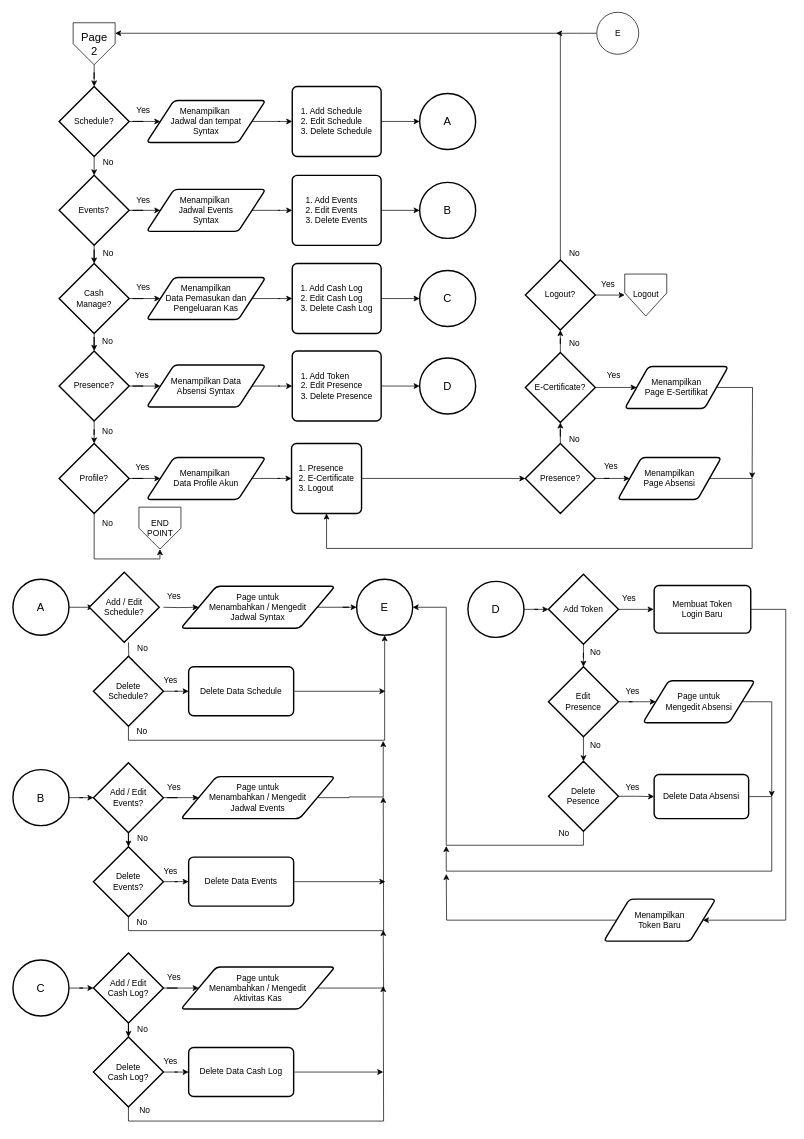
dapzz-id/DrawIO keeps this draw.io diagram as PG2.drawio. Above is the earlier version. Source tidied: cells renumbered, new cells numbered last; positions are measured from the earlier drawing's top-left corner, leaving out a move shared by most shapes. Both pictures are drawn from the tidied source at 70%, with x=0, y=0 at pixel (13, 12).
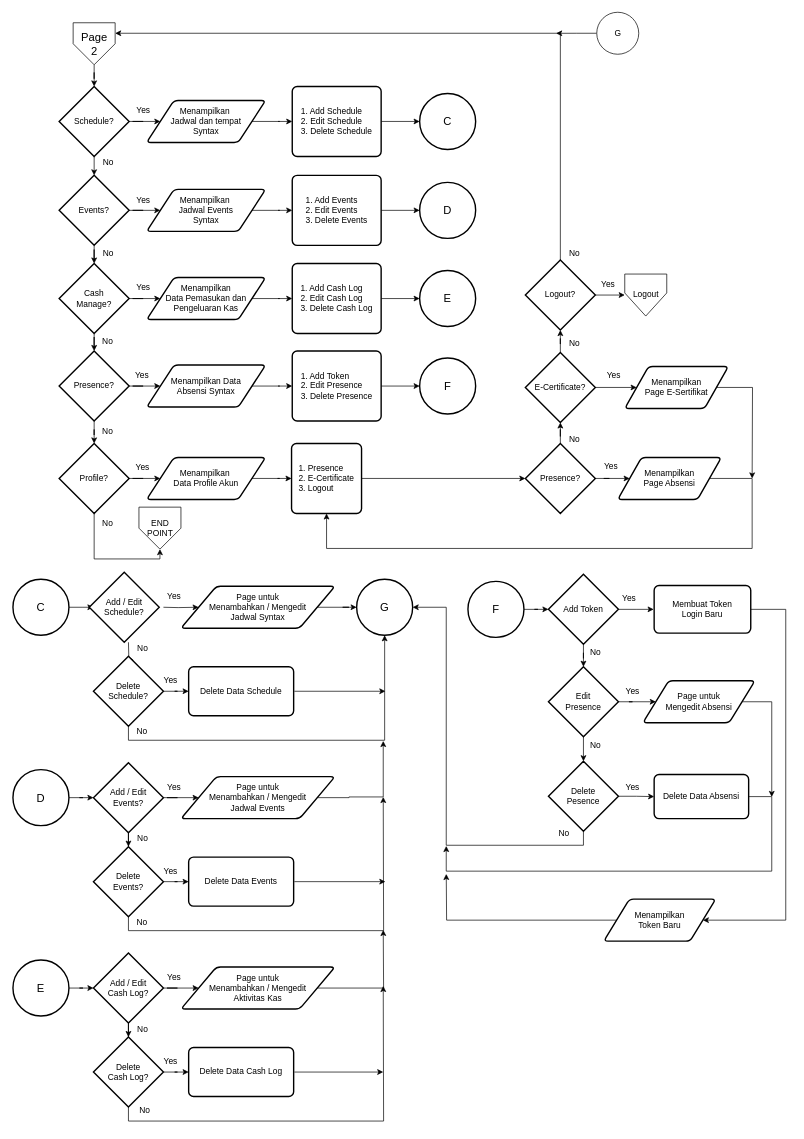
The same diagram, later.

The edit, as a diff of the source:
```diff
@@
-    <mxCell id="58" value="&lt;font style=&quot;font-size: 16px;&quot;&gt;A&lt;/font&gt;" style="ellipse;whiteSpace=wrap;html=1;rounded=1;arcSize=14;strokeWidth=2;" parent="1" vertex="1">
+    <mxCell id="58" value="&lt;font style=&quot;font-size: 16px;&quot;&gt;C&lt;/font&gt;" style="ellipse;whiteSpace=wrap;html=1;rounded=1;arcSize=14;strokeWidth=2;" parent="1" vertex="1">
       <mxGeometry x="581" y="116" width="80" height="80" as="geometry" />
     </mxCell>
-    <mxCell id="59" value="&lt;font style=&quot;font-size: 16px;&quot;&gt;B&lt;/font&gt;" style="ellipse;whiteSpace=wrap;html=1;rounded=1;arcSize=14;strokeWidth=2;" parent="1" vertex="1">
+    <mxCell id="59" value="&lt;span style=&quot;font-size: 16px;&quot;&gt;D&lt;/span&gt;" style="ellipse;whiteSpace=wrap;html=1;rounded=1;arcSize=14;strokeWidth=2;" parent="1" vertex="1">
       <mxGeometry x="581" y="243" width="80" height="80" as="geometry" />
     </mxCell>
-    <mxCell id="60" value="&lt;font style=&quot;font-size: 16px;&quot;&gt;C&lt;/font&gt;" style="ellipse;whiteSpace=wrap;html=1;rounded=1;arcSize=14;strokeWidth=2;" parent="1" vertex="1">
+    <mxCell id="60" value="&lt;font style=&quot;font-size: 16px;&quot;&gt;E&lt;/font&gt;" style="ellipse;whiteSpace=wrap;html=1;rounded=1;arcSize=14;strokeWidth=2;" parent="1" vertex="1">
       <mxGeometry x="581" y="369" width="80" height="80" as="geometry" />
     </mxCell>
-    <mxCell id="61" value="&lt;span style=&quot;font-size: 16px;&quot;&gt;D&lt;/span&gt;" style="ellipse;whiteSpace=wrap;html=1;rounded=1;arcSize=14;strokeWidth=2;" parent="1" vertex="1">
+    <mxCell id="61" value="&lt;span style=&quot;font-size: 16px;&quot;&gt;F&lt;/span&gt;" style="ellipse;whiteSpace=wrap;html=1;rounded=1;arcSize=14;strokeWidth=2;" parent="1" vertex="1">
       <mxGeometry x="581" y="494" width="80" height="80" as="geometry" />
     </mxCell>
@@
-    <mxCell id="69" value="&lt;font style=&quot;font-size: 16px;&quot;&gt;A&lt;/font&gt;" style="ellipse;whiteSpace=wrap;html=1;rounded=1;arcSize=14;strokeWidth=2;" parent="1" vertex="1">
+    <mxCell id="69" value="&lt;font style=&quot;font-size: 16px;&quot;&gt;C&lt;/font&gt;" style="ellipse;whiteSpace=wrap;html=1;rounded=1;arcSize=14;strokeWidth=2;" parent="1" vertex="1">
       <mxGeometry y="810" width="80" height="80" as="geometry" />
     </mxCell>
@@
-    <mxCell id="77" value="E" style="verticalLabelPosition=middle;verticalAlign=middle;html=1;shape=mxgraph.flowchart.on-page_reference;labelPosition=center;align=center;" parent="1" vertex="1">
+    <mxCell id="77" value="G" style="verticalLabelPosition=middle;verticalAlign=middle;html=1;shape=mxgraph.flowchart.on-page_reference;labelPosition=center;align=center;" parent="1" vertex="1">
       <mxGeometry x="834" width="60" height="60" as="geometry" />
     </mxCell>
-    <mxCell id="78" value="&lt;font style=&quot;font-size: 16px;&quot;&gt;E&lt;/font&gt;" style="ellipse;whiteSpace=wrap;html=1;rounded=1;arcSize=14;strokeWidth=2;" parent="1" vertex="1">
+    <mxCell id="78" value="&lt;font style=&quot;font-size: 16px;&quot;&gt;G&lt;/font&gt;" style="ellipse;whiteSpace=wrap;html=1;rounded=1;arcSize=14;strokeWidth=2;" parent="1" vertex="1">
       <mxGeometry x="491" y="810" width="80" height="80" as="geometry" />
     </mxCell>
@@
-    <mxCell id="88" value="&lt;font style=&quot;font-size: 16px;&quot;&gt;B&lt;/font&gt;" style="ellipse;whiteSpace=wrap;html=1;rounded=1;arcSize=14;strokeWidth=2;" parent="1" vertex="1">
+    <mxCell id="88" value="&lt;font style=&quot;font-size: 16px;&quot;&gt;D&lt;/font&gt;" style="ellipse;whiteSpace=wrap;html=1;rounded=1;arcSize=14;strokeWidth=2;" parent="1" vertex="1">
       <mxGeometry y="1082" width="80" height="80" as="geometry" />
     </mxCell>
@@
-    <mxCell id="104" value="&lt;font style=&quot;font-size: 16px;&quot;&gt;C&lt;/font&gt;" style="ellipse;whiteSpace=wrap;html=1;rounded=1;arcSize=14;strokeWidth=2;" parent="1" vertex="1">
+    <mxCell id="104" value="&lt;font style=&quot;font-size: 16px;&quot;&gt;E&lt;/font&gt;" style="ellipse;whiteSpace=wrap;html=1;rounded=1;arcSize=14;strokeWidth=2;" parent="1" vertex="1">
       <mxGeometry y="1354" width="80" height="80" as="geometry" />
     </mxCell>
@@
-    <mxCell id="120" value="&lt;font style=&quot;font-size: 16px;&quot;&gt;D&lt;/font&gt;" style="ellipse;whiteSpace=wrap;html=1;rounded=1;arcSize=14;strokeWidth=2;" parent="1" vertex="1">
+    <mxCell id="120" value="&lt;font style=&quot;font-size: 16px;&quot;&gt;F&lt;/font&gt;" style="ellipse;whiteSpace=wrap;html=1;rounded=1;arcSize=14;strokeWidth=2;" parent="1" vertex="1">
       <mxGeometry x="650" y="813" width="80" height="80" as="geometry" />
     </mxCell>
```
